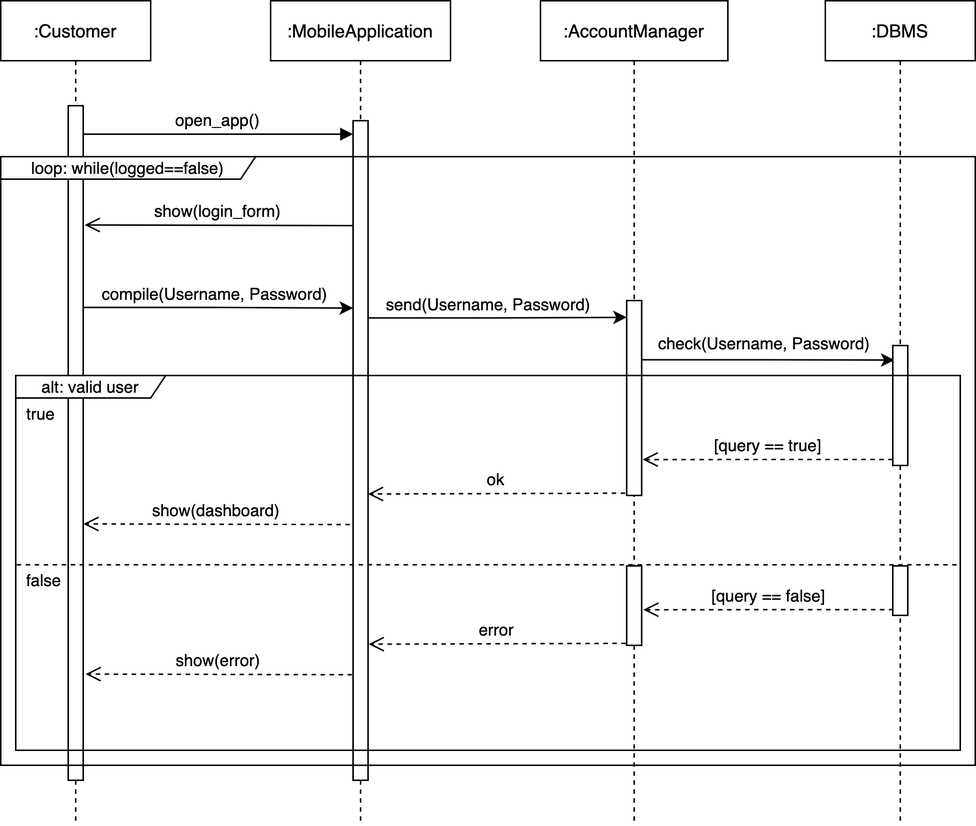
Above: DDworkspace/LaTeXproject/images/runtime_view-Login.png in marcoDige/CLup (draw.io), before the change. Source tidied: cells renumbered, new cells last; positions are measured from the earlier drawing's top-left corner, leaving out a move shared by most shapes. The source it was exported from:
```xml
<mxGraphModel>
  <root>
    <mxCell id="0" />
    <mxCell id="1" parent="0" />
    <mxCell id="2" value=":Customer" style="shape=umlLifeline;perimeter=lifelinePerimeter;rounded=0;shadow=0;strokeWidth=1;" parent="1" vertex="1">
      <mxGeometry width="100" height="550" as="geometry" />
    </mxCell>
    <mxCell id="3" style="points=[];perimeter=orthogonalPerimeter;rounded=0;shadow=0;strokeWidth=1;" parent="2" vertex="1">
      <mxGeometry x="45" y="70" width="10" height="450" as="geometry" />
    </mxCell>
    <mxCell id="4" value=":MobileApplication" style="shape=umlLifeline;perimeter=lifelinePerimeter;rounded=0;shadow=0;strokeWidth=1;" parent="1" vertex="1">
      <mxGeometry x="180" width="120" height="550" as="geometry" />
    </mxCell>
    <mxCell id="5" style="points=[];perimeter=orthogonalPerimeter;rounded=0;shadow=0;strokeWidth=1;" parent="4" vertex="1">
      <mxGeometry x="55" y="80" width="10" height="440" as="geometry" />
    </mxCell>
    <mxCell id="6" value="open_app()" style="verticalAlign=bottom;endArrow=block;entryX=0;entryY=0;shadow=0;strokeWidth=1;" parent="1" edge="1">
      <mxGeometry relative="1" as="geometry">
        <mxPoint x="55" y="89" as="sourcePoint" />
        <mxPoint x="235" y="89" as="targetPoint" />
      </mxGeometry>
    </mxCell>
    <mxCell id="7" style="edgeStyle=orthogonalEdgeStyle;rounded=0;orthogonalLoop=1;jettySize=auto;html=1;fontSize=11;exitX=0.95;exitY=0.092;exitDx=0;exitDy=0;exitPerimeter=0;entryX=0.117;entryY=0.03;entryDx=0;entryDy=0;entryPerimeter=0;" parent="1" edge="1">
      <mxGeometry relative="1" as="geometry">
        <mxPoint x="427" y="239.5" as="sourcePoint" />
        <mxPoint x="596.2" y="239.7" as="targetPoint" />
        <Array as="points">
          <mxPoint x="512" y="240" />
          <mxPoint x="596" y="240" />
        </Array>
      </mxGeometry>
    </mxCell>
    <mxCell id="8" value=":AccountManager" style="shape=umlLifeline;perimeter=lifelinePerimeter;rounded=0;shadow=0;strokeWidth=1;" parent="1" vertex="1">
      <mxGeometry x="360" width="125" height="550" as="geometry" />
    </mxCell>
    <mxCell id="9" style="points=[];perimeter=orthogonalPerimeter;rounded=0;shadow=0;strokeWidth=1;" parent="8" vertex="1">
      <mxGeometry x="57.5" y="200" width="10" height="130" as="geometry" />
    </mxCell>
    <mxCell id="10" style="perimeter=orthogonalPerimeter;rounded=0;shadow=0;strokeWidth=1;" parent="8" vertex="1">
      <mxGeometry x="57.5" y="377" width="10" height="53" as="geometry" />
    </mxCell>
    <mxCell id="11" value=":DBMS" style="shape=umlLifeline;perimeter=lifelinePerimeter;rounded=0;shadow=0;strokeWidth=1;" parent="1" vertex="1">
      <mxGeometry x="550" width="100" height="550" as="geometry" />
    </mxCell>
    <mxCell id="12" style="perimeter=orthogonalPerimeter;rounded=0;shadow=0;strokeWidth=1;" parent="11" vertex="1">
      <mxGeometry x="45" y="230" width="10" height="80" as="geometry" />
    </mxCell>
    <mxCell id="13" style="perimeter=orthogonalPerimeter;rounded=0;shadow=0;strokeWidth=1;" parent="11" vertex="1">
      <mxGeometry x="45" y="377" width="10" height="33" as="geometry" />
    </mxCell>
    <mxCell id="14" value="compile(Username, Password)" style="text;html=1;strokeColor=none;fillColor=none;align=center;verticalAlign=middle;whiteSpace=wrap;rounded=0;fontSize=11;" parent="1" vertex="1">
      <mxGeometry x="43" y="186" width="200" height="20" as="geometry" />
    </mxCell>
    <mxCell id="15" style="edgeStyle=orthogonalEdgeStyle;rounded=0;jettySize=auto;html=1;exitX=1.033;exitY=0.299;exitDx=0;exitDy=0;exitPerimeter=0;entryX=0.006;entryY=0.086;entryDx=0;entryDy=0;entryPerimeter=0;" parent="1" edge="1" source="5" target="9">
      <mxGeometry relative="1" as="geometry" />
    </mxCell>
    <mxCell id="16" style="edgeStyle=orthogonalEdgeStyle;rounded=0;jettySize=auto;html=1;exitX=0.95;exitY=0.299;exitDx=0;exitDy=0;exitPerimeter=0;" parent="1" edge="1" source="3">
      <mxGeometry relative="1" as="geometry">
        <mxPoint x="235" y="205" as="targetPoint" />
      </mxGeometry>
    </mxCell>
    <mxCell id="17" value="send(Username, Password)" style="text;html=1;strokeColor=none;fillColor=none;align=center;verticalAlign=middle;whiteSpace=wrap;rounded=0;fontSize=11;" parent="1" vertex="1">
      <mxGeometry x="247.5" y="193" width="155" height="20" as="geometry" />
    </mxCell>
    <mxCell id="18" value="check(Username, Password)" style="text;html=1;strokeColor=none;fillColor=none;align=center;verticalAlign=middle;whiteSpace=wrap;rounded=0;fontSize=11;" parent="1" vertex="1">
      <mxGeometry x="432" y="219" width="155" height="20" as="geometry" />
    </mxCell>
    <mxCell id="19" value="[query == true]" style="verticalAlign=bottom;endArrow=open;dashed=1;endSize=8;shadow=0;strokeWidth=1;entryX=0.867;entryY=0.768;entryDx=0;entryDy=0;entryPerimeter=0;" parent="1" edge="1">
      <mxGeometry relative="1" as="geometry">
        <mxPoint x="595" y="306" as="sourcePoint" />
        <mxPoint x="428.2" y="306.1" as="targetPoint" />
      </mxGeometry>
    </mxCell>
    <mxCell id="20" value="ok" style="verticalAlign=bottom;endArrow=open;dashed=1;endSize=8;shadow=0;strokeWidth=1;entryX=0.867;entryY=0.768;entryDx=0;entryDy=0;entryPerimeter=0;exitX=-0.3;exitY=0.926;exitDx=0;exitDy=0;exitPerimeter=0;" parent="1" edge="1">
      <mxGeometry relative="1" as="geometry">
        <mxPoint x="416.5" y="328.5" as="sourcePoint" />
        <mxPoint x="245" y="329.1" as="targetPoint" />
      </mxGeometry>
    </mxCell>
    <mxCell id="21" value="show(login_form)" style="verticalAlign=bottom;endArrow=open;endSize=8;shadow=0;strokeWidth=1;entryX=0.867;entryY=0.768;entryDx=0;entryDy=0;entryPerimeter=0;" parent="1" edge="1">
      <mxGeometry relative="1" as="geometry">
        <mxPoint x="235" y="150" as="sourcePoint" />
        <mxPoint x="56" y="149.6" as="targetPoint" />
      </mxGeometry>
    </mxCell>
    <mxCell id="22" value="show(dashboard)" style="verticalAlign=bottom;endArrow=open;dashed=1;endSize=8;shadow=0;strokeWidth=1;entryX=0.867;entryY=0.768;entryDx=0;entryDy=0;entryPerimeter=0;" parent="1" edge="1">
      <mxGeometry relative="1" as="geometry">
        <mxPoint x="232.9" y="349.4" as="sourcePoint" />
        <mxPoint x="55.1" y="349" as="targetPoint" />
      </mxGeometry>
    </mxCell>
    <mxCell id="23" style="endArrow=none;dashed=1;html=1;fontSize=11;exitX=0.001;exitY=0.505;exitDx=0;exitDy=0;exitPerimeter=0;entryX=0.999;entryY=0.505;entryDx=0;entryDy=0;entryPerimeter=0;" parent="1" edge="1" source="29" target="29">
      <mxGeometry relative="1" as="geometry" />
    </mxCell>
    <mxCell id="24" value="true" style="text;html=1;strokeColor=none;fillColor=none;align=center;verticalAlign=middle;whiteSpace=wrap;rounded=0;fontSize=11;" parent="1" vertex="1">
      <mxGeometry x="7" y="266" width="40" height="20" as="geometry" />
    </mxCell>
    <mxCell id="25" value="false" style="text;html=1;strokeColor=none;fillColor=none;align=center;verticalAlign=middle;whiteSpace=wrap;rounded=0;fontSize=11;" parent="1" vertex="1">
      <mxGeometry x="9" y="377" width="40" height="20" as="geometry" />
    </mxCell>
    <mxCell id="26" value="[query == false]" style="verticalAlign=bottom;endArrow=open;dashed=1;endSize=8;shadow=0;strokeWidth=1;entryX=0.867;entryY=0.768;entryDx=0;entryDy=0;entryPerimeter=0;" parent="1" edge="1">
      <mxGeometry relative="1" as="geometry">
        <mxPoint x="595.4" y="406.2" as="sourcePoint" />
        <mxPoint x="428.6" y="406.2" as="targetPoint" />
      </mxGeometry>
    </mxCell>
    <mxCell id="27" value="error" style="verticalAlign=bottom;endArrow=open;dashed=1;endSize=8;shadow=0;strokeWidth=1;entryX=0.867;entryY=0.768;entryDx=0;entryDy=0;entryPerimeter=0;exitX=-0.3;exitY=0.926;exitDx=0;exitDy=0;exitPerimeter=0;" parent="1" edge="1">
      <mxGeometry relative="1" as="geometry">
        <mxPoint x="416.9" y="428.7" as="sourcePoint" />
        <mxPoint x="245.4" y="429.2" as="targetPoint" />
      </mxGeometry>
    </mxCell>
    <mxCell id="28" value="show(error)" style="verticalAlign=bottom;endArrow=open;dashed=1;endSize=8;shadow=0;strokeWidth=1;entryX=0.867;entryY=0.768;entryDx=0;entryDy=0;entryPerimeter=0;" parent="1" edge="1">
      <mxGeometry relative="1" as="geometry">
        <mxPoint x="234.3" y="449.6" as="sourcePoint" />
        <mxPoint x="56.6" y="449.2" as="targetPoint" />
      </mxGeometry>
    </mxCell>
    <mxCell id="29" value="alt: valid user" style="shape=umlFrame;whiteSpace=wrap;html=1;fontSize=11;width=100;height=15;" parent="1" vertex="1">
      <mxGeometry x="10" y="250" width="630" height="250" as="geometry" />
    </mxCell>
    <mxCell id="30" value="loop: while(logged==false)" style="shape=umlFrame;whiteSpace=wrap;html=1;fontSize=11;width=170;height=15;" parent="1" vertex="1">
      <mxGeometry y="104" width="650" height="406" as="geometry" />
    </mxCell>
  </root>
</mxGraphModel>
```
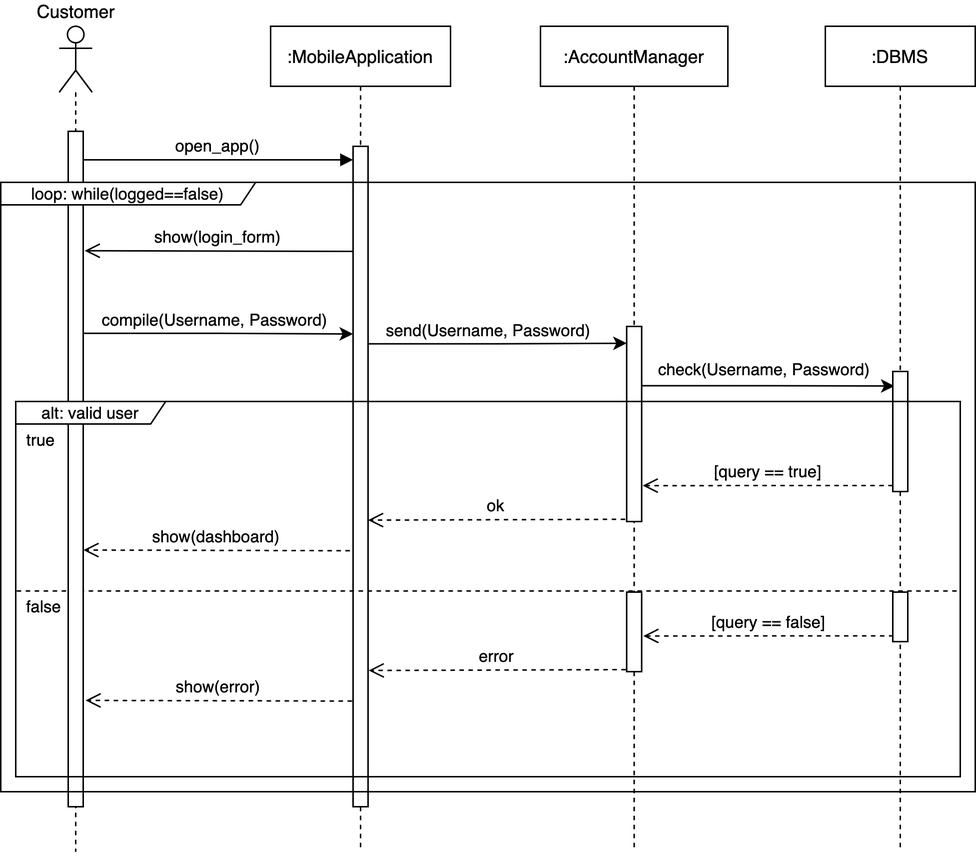
Above is the later version.

The edit, as a diff of the source:
```diff
@@ -2,12 +2,12 @@
   <root>
     <mxCell id="0" />
     <mxCell id="1" parent="0" />
-    <mxCell id="2" value=":Customer" style="shape=umlLifeline;perimeter=lifelinePerimeter;rounded=0;shadow=0;strokeWidth=1;" parent="1" vertex="1">
-      <mxGeometry width="100" height="550" as="geometry" />
-    </mxCell>
-    <mxCell id="3" style="points=[];perimeter=orthogonalPerimeter;rounded=0;shadow=0;strokeWidth=1;" parent="2" vertex="1">
-      <mxGeometry x="45" y="70" width="10" height="450" as="geometry" />
-    </mxCell>
+    <mxCell id="31" style="verticalAlign=bottom;endArrow=none;dashed=1;endSize=8;shadow=0;strokeWidth=1;endFill=0;" parent="1" edge="1">
+      <mxGeometry relative="1" as="geometry">
+        <mxPoint x="50" y="44" as="sourcePoint" />
+        <mxPoint x="50" y="550" as="targetPoint" />
+      </mxGeometry>
+    </mxCell>
     <mxCell id="4" value=":MobileApplication" style="shape=umlLifeline;perimeter=lifelinePerimeter;rounded=0;shadow=0;strokeWidth=1;" parent="1" vertex="1">
       <mxGeometry x="180" width="120" height="550" as="geometry" />
     </mxCell>
@@ -116,11 +116,17 @@
         <mxPoint x="56.6" y="449.2" as="targetPoint" />
       </mxGeometry>
     </mxCell>
+    <mxCell id="3" style="points=[];perimeter=orthogonalPerimeter;rounded=0;shadow=0;strokeWidth=1;" parent="1" vertex="1">
+      <mxGeometry x="45" y="70" width="10" height="450" as="geometry" />
+    </mxCell>
     <mxCell id="29" value="alt: valid user" style="shape=umlFrame;whiteSpace=wrap;html=1;fontSize=11;width=100;height=15;" parent="1" vertex="1">
       <mxGeometry x="10" y="250" width="630" height="250" as="geometry" />
     </mxCell>
     <mxCell id="30" value="loop: while(logged==false)" style="shape=umlFrame;whiteSpace=wrap;html=1;fontSize=11;width=170;height=15;" parent="1" vertex="1">
       <mxGeometry y="104" width="650" height="406" as="geometry" />
     </mxCell>
+    <mxCell id="32" value="Customer" style="shape=umlActor;verticalLabelPosition=top;verticalAlign=bottom;html=1;labelPosition=center;align=center;" parent="1" vertex="1">
+      <mxGeometry x="39" width="22" height="44" as="geometry" />
+    </mxCell>
   </root>
 </mxGraphModel>
```
